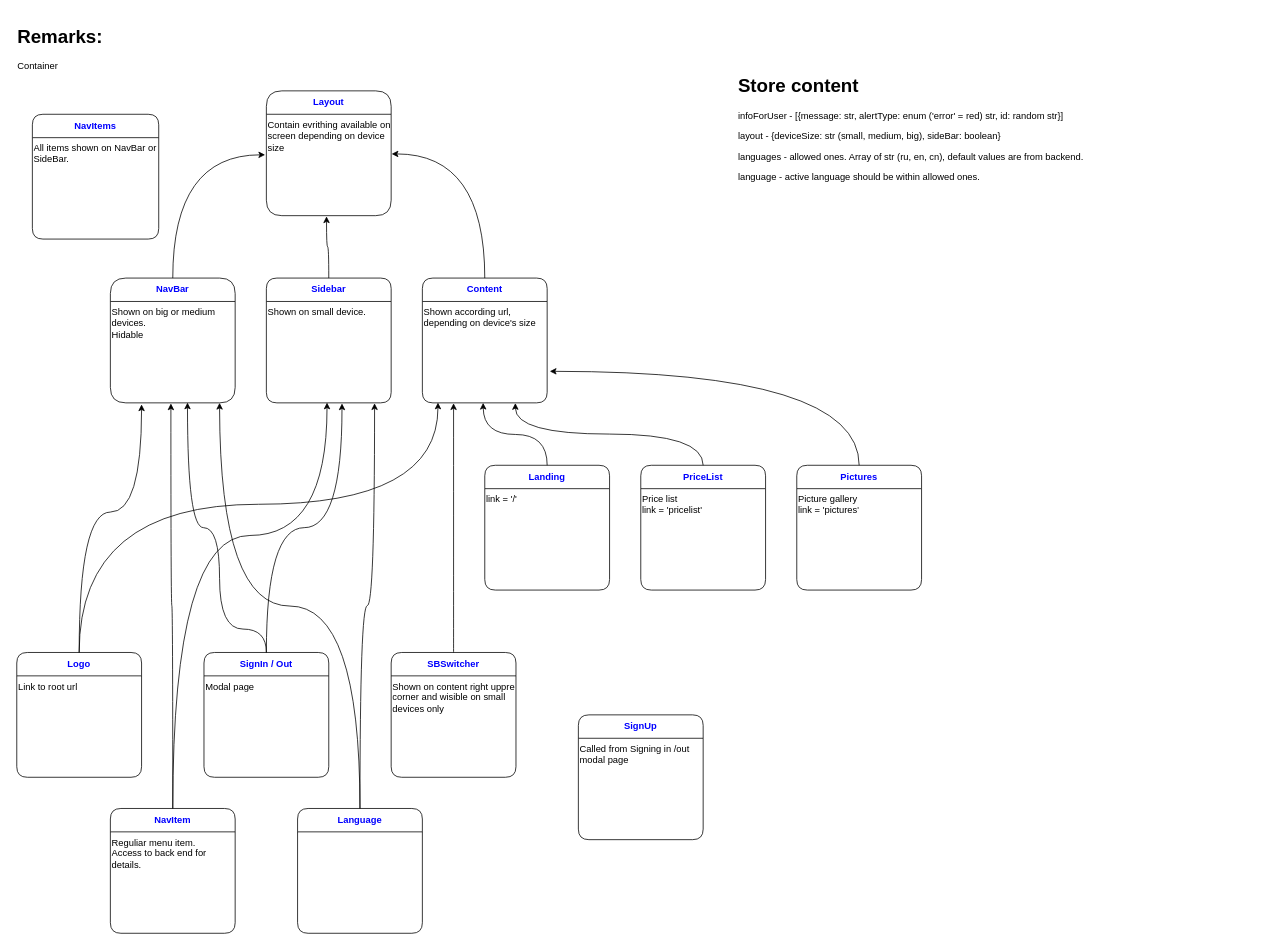
This is page "application structure" (1 of 10) of market-coffee.drawio from Sergey190309/220415-market-caffee, a draw.io file, before an edit. Source tidied: cells renumbered, new cells numbered last; positions are measured from the earlier drawing's top-left corner, leaving out a move shared by most shapes. Both pictures are drawn from the tidied source at 78%, with x=0, y=0 at pixel (13, 21).
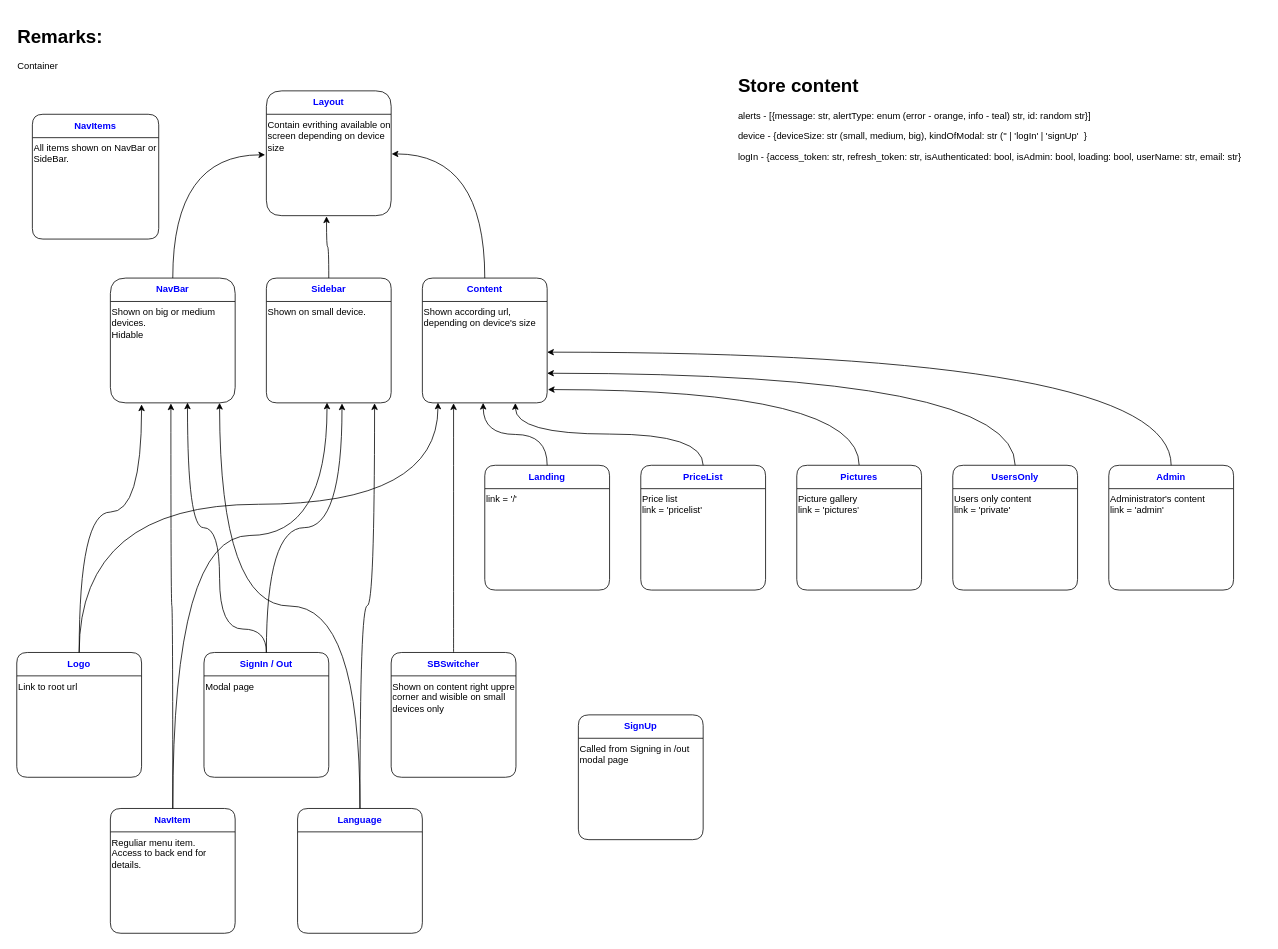
Above is the later version.

Unchanged cells that the change refers to:
```xml
<mxCell id="22" style="shape=partialRectangle;html=1;whiteSpace=wrap;fillColor=none;top=0;left=0;bottom=0;right=0;points=[[0,0.5],[1,0.5]];portConstraint=eastwest;" parent="21" vertex="1">
  <mxGeometry y="30" width="160" height="130" as="geometry" />
</mxCell>
```

What changed in the source:
```diff
@@
+    <mxCell id="64" value="&lt;font color=&quot;#0000ff&quot;&gt;UsersOnly&lt;/font&gt;" style="shape=table;html=1;whiteSpace=wrap;startSize=30;childLayout=tableLayout;fontStyle=1;align=center;rounded=1;strokeColor=#000000;" parent="1" vertex="1">
+      <mxGeometry x="1204" y="569" width="160" height="160" as="geometry" />
+    </mxCell>
+    <mxCell id="65" style="shape=partialRectangle;html=1;whiteSpace=wrap;fillColor=none;top=0;left=0;bottom=0;right=0;" parent="64" vertex="1">
+      <mxGeometry y="30" width="160" height="130" as="geometry" />
+    </mxCell>
+    <mxCell id="66" value="Users only content&lt;br&gt;link = 'private'" style="shape=partialRectangle;html=1;whiteSpace=wrap;fillColor=none;top=0;left=0;bottom=0;right=0;overflow=hidden;align=left;verticalAlign=top;" parent="65" vertex="1">
+      <mxGeometry width="160" height="130" as="geometry" />
+    </mxCell>
+    <mxCell id="67" value="&lt;font color=&quot;#0000ff&quot;&gt;Admin&lt;/font&gt;" style="shape=table;html=1;whiteSpace=wrap;startSize=30;childLayout=tableLayout;fontStyle=1;align=center;rounded=1;strokeColor=#000000;" parent="1" vertex="1">
+      <mxGeometry x="1404" y="569" width="160" height="160" as="geometry" />
+    </mxCell>
+    <mxCell id="68" style="shape=partialRectangle;html=1;whiteSpace=wrap;fillColor=none;top=0;left=0;bottom=0;right=0;" parent="67" vertex="1">
+      <mxGeometry y="30" width="160" height="130" as="geometry" />
+    </mxCell>
+    <mxCell id="69" value="Administrator's content&lt;br&gt;link = 'admin'" style="shape=partialRectangle;html=1;whiteSpace=wrap;fillColor=none;top=0;left=0;bottom=0;right=0;overflow=hidden;align=left;verticalAlign=top;" parent="68" vertex="1">
+      <mxGeometry width="160" height="130" as="geometry" />
+    </mxCell>
@@
-    <mxCell id="32" value="&lt;font color=&quot;#0000ff&quot;&gt;Pictures&lt;/font&gt;" style="shape=table;html=1;whiteSpace=wrap;startSize=30;childLayout=tableLayout;fontStyle=1;align=center;rounded=1;strokeColor=#000000;" parent="2" vertex="1">
-      <mxGeometry x="1004" y="569" width="160" height="160" as="geometry" />
-    </mxCell>
-    <mxCell id="33" style="shape=partialRectangle;html=1;whiteSpace=wrap;fillColor=none;top=0;left=0;bottom=0;right=0;" parent="32" vertex="1">
-      <mxGeometry y="30" width="160" height="130" as="geometry" />
-    </mxCell>
-    <mxCell id="34" value="Picture gallery&lt;br&gt;link = 'pictures'" style="shape=partialRectangle;html=1;whiteSpace=wrap;fillColor=none;top=0;left=0;bottom=0;right=0;overflow=hidden;align=left;verticalAlign=top;" parent="33" vertex="1">
-      <mxGeometry width="160" height="130" as="geometry" />
-    </mxCell>
-    <mxCell id="35" style="endArrow=classic;html=1;edgeStyle=orthogonalEdgeStyle;curved=1;exitX=0.5;exitY=0;exitDx=0;exitDy=0;entryX=1.021;entryY=0.689;entryDx=0;entryDy=0;entryPerimeter=0;" parent="2" edge="1" source="32" target="22">
+    <mxCell id="35" style="endArrow=classic;html=1;edgeStyle=orthogonalEdgeStyle;curved=1;exitX=0.5;exitY=0;exitDx=0;exitDy=0;entryX=1.006;entryY=0.869;entryDx=0;entryDy=0;entryPerimeter=0;" parent="2" edge="1" source="32" target="22">
       <mxGeometry relative="1" as="geometry" />
     </mxCell>
@@
+    <mxCell id="32" value="&lt;font color=&quot;#0000ff&quot;&gt;Pictures&lt;/font&gt;" style="shape=table;html=1;whiteSpace=wrap;startSize=30;childLayout=tableLayout;fontStyle=1;align=center;rounded=1;strokeColor=#000000;" parent="2" vertex="1">
+      <mxGeometry x="1004" y="569" width="160" height="160" as="geometry" />
+    </mxCell>
+    <mxCell id="33" style="shape=partialRectangle;html=1;whiteSpace=wrap;fillColor=none;top=0;left=0;bottom=0;right=0;" parent="32" vertex="1">
+      <mxGeometry y="30" width="160" height="130" as="geometry" />
+    </mxCell>
+    <mxCell id="34" value="Picture gallery&lt;br&gt;link = 'pictures'" style="shape=partialRectangle;html=1;whiteSpace=wrap;fillColor=none;top=0;left=0;bottom=0;right=0;overflow=hidden;align=left;verticalAlign=top;" parent="33" vertex="1">
+      <mxGeometry width="160" height="130" as="geometry" />
+    </mxCell>
+    <mxCell id="70" style="endArrow=classic;html=1;edgeStyle=orthogonalEdgeStyle;curved=1;exitX=0.5;exitY=0;exitDx=0;exitDy=0;entryX=1;entryY=0.708;entryDx=0;entryDy=0;entryPerimeter=0;" parent="2" edge="1" source="64" target="22">
+      <mxGeometry relative="1" as="geometry" />
+    </mxCell>
+    <mxCell id="71" style="endArrow=classic;html=1;edgeStyle=orthogonalEdgeStyle;curved=1;exitX=0.5;exitY=0;exitDx=0;exitDy=0;entryX=1;entryY=0.5;entryDx=0;entryDy=0;" parent="2" edge="1" source="67" target="22">
+      <mxGeometry relative="1" as="geometry" />
+    </mxCell>
@@
-    <mxCell id="61" value="&lt;h1&gt;Store content&lt;/h1&gt;&lt;p&gt;infoForUser - [{message: str, alertType: enum ('error' = red) str, id: random str}]&amp;nbsp;&lt;/p&gt;&lt;p&gt;layout - {deviceSize: str (small, medium, big), sideBar: boolean&lt;span&gt;}&lt;/span&gt;&lt;/p&gt;&lt;p&gt;languages - allowed ones. Array of str (ru, en, cn), default values are from backend.&lt;/p&gt;&lt;p&gt;language - active language should be within allowed ones.&lt;/p&gt;&lt;p&gt;&lt;br&gt;&lt;/p&gt;&lt;p&gt;&lt;br&gt;&lt;/p&gt;" style="text;html=1;strokeColor=none;fillColor=none;spacing=5;spacingTop=-20;whiteSpace=wrap;overflow=hidden;rounded=0;align=left;" parent="60" vertex="1">
-      <mxGeometry x="924" y="63" width="490" height="320" as="geometry" />
+    <mxCell id="61" value="&lt;h1&gt;Store content&lt;/h1&gt;&lt;p&gt;alerts - [{message: str, alertType: enum (error - orange, info - teal) str, id: random str}]&amp;nbsp;&lt;/p&gt;&lt;p&gt;device - {deviceSize: str (small, medium, big), kindOfModal: str ('' | 'logIn' | 'signUp'&amp;nbsp;&amp;nbsp;&lt;span&gt;}&lt;/span&gt;&lt;/p&gt;&lt;p&gt;logIn - {&lt;span&gt;access_token: str,&amp;nbsp;&lt;/span&gt;&lt;span&gt;refresh_token: str,&amp;nbsp;&lt;/span&gt;&lt;span&gt;isAuthenticated: bool, isAdmin: bool,&amp;nbsp;&lt;/span&gt;&lt;span&gt;loading: bool,&amp;nbsp;&lt;/span&gt;&lt;span&gt;userName: str,&amp;nbsp;&lt;/span&gt;&lt;span&gt;email: str&lt;/span&gt;&lt;span&gt;}&lt;/span&gt;&lt;/p&gt;&lt;p&gt;&lt;br&gt;&lt;/p&gt;&lt;p&gt;&lt;br&gt;&lt;/p&gt;" style="text;html=1;strokeColor=none;fillColor=none;spacing=5;spacingTop=-20;whiteSpace=wrap;overflow=hidden;rounded=0;align=left;" parent="60" vertex="1">
+      <mxGeometry x="924" y="63" width="680" height="320" as="geometry" />
     </mxCell>
```
